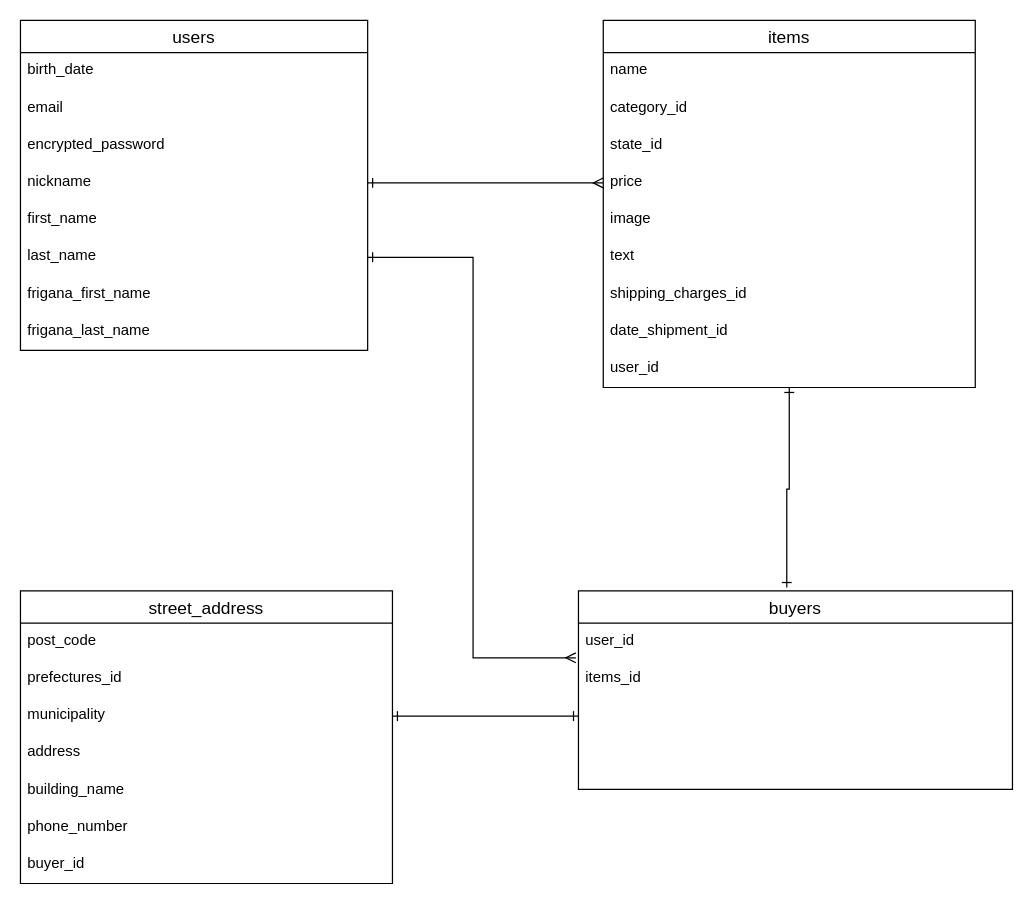
Before: furima.dio in junkobayashi11/furima-33993, a draw.io diagram. Source tidied: cells renumbered, new cells numbered last; positions are measured from the earlier drawing's top-left corner, leaving out a move shared by most shapes. Both pictures are drawn from the tidied source at 124%, with x=0, y=0 at pixel (20, 20).
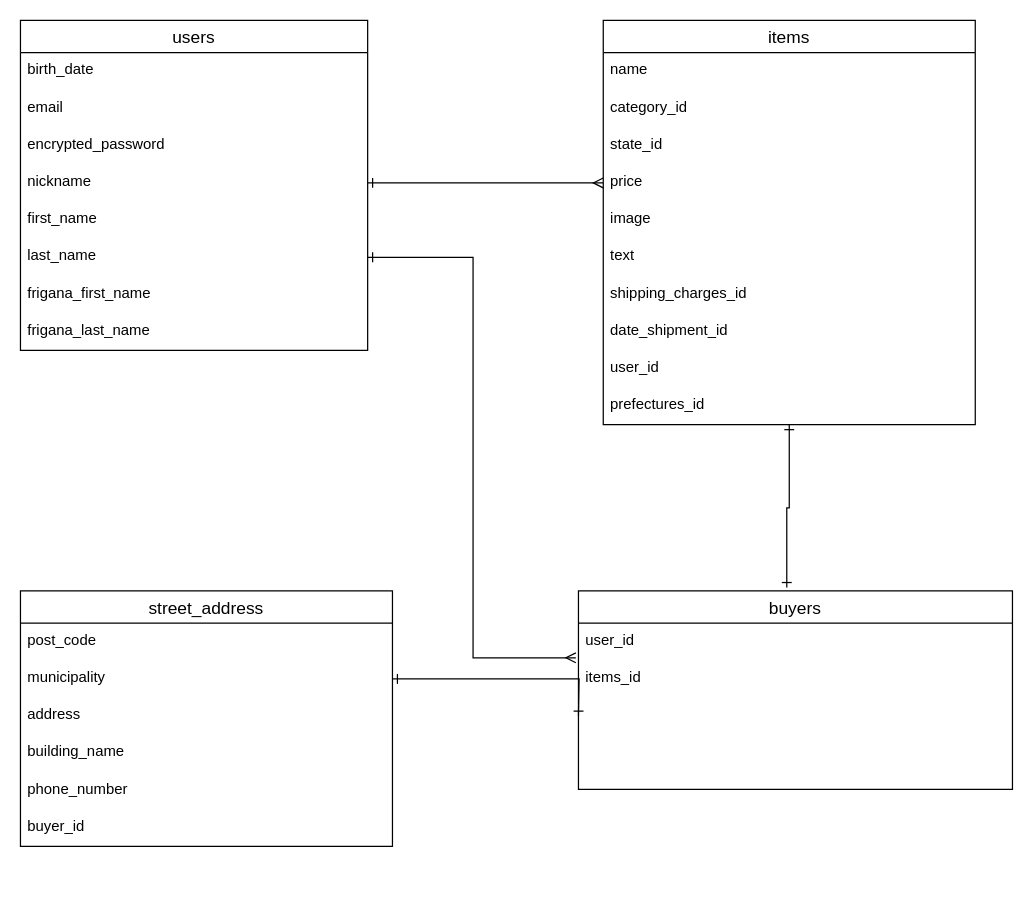
Above is the later version.

Commit message (it also covers changes not shown here):
カラム名単数形に変更

Change to the diagram source:
```diff
@@
     <mxCell id="12" value="items" style="swimlane;fontStyle=0;horizontal=1;startSize=26;align=center;fontSize=14;verticalAlign=middle;" parent="1" vertex="1">
-      <mxGeometry x="470" width="300" height="296" as="geometry" />
+      <mxGeometry x="470" width="300" height="326" as="geometry" />
     </mxCell>
@@
+    <mxCell id="24" value="prefectures_id" style="text;strokeColor=none;fillColor=none;spacingLeft=4;spacingRight=4;overflow=hidden;fontSize=12;" parent="12" vertex="1">
+      <mxGeometry y="296" width="300" height="30" as="geometry" />
+    </mxCell>
     <mxCell id="22" value="street_address" style="swimlane;fontStyle=0;horizontal=1;startSize=26;align=center;fontSize=14;" parent="1" vertex="1">
-      <mxGeometry y="460" width="300" height="236" as="geometry" />
+      <mxGeometry y="460" width="300" height="206" as="geometry" />
     </mxCell>
@@
-    <mxCell id="24" value="prefectures_id" style="text;strokeColor=none;fillColor=none;spacingLeft=4;spacingRight=4;overflow=hidden;fontSize=12;" parent="22" vertex="1">
-      <mxGeometry y="56" width="300" height="30" as="geometry" />
-    </mxCell>
     <mxCell id="25" value="municipality" style="text;strokeColor=none;fillColor=none;spacingLeft=4;spacingRight=4;overflow=hidden;points=[[0,0.5],[1,0.5]];portConstraint=eastwest;fontSize=12;" parent="22" vertex="1">
-      <mxGeometry y="86" width="300" height="30" as="geometry" />
+      <mxGeometry y="56" width="300" height="30" as="geometry" />
     </mxCell>
     <mxCell id="26" value="address" style="text;strokeColor=none;fillColor=none;spacingLeft=4;spacingRight=4;overflow=hidden;fontSize=12;" parent="22" vertex="1">
-      <mxGeometry y="116" width="300" height="30" as="geometry" />
+      <mxGeometry y="86" width="300" height="30" as="geometry" />
     </mxCell>
     <mxCell id="27" value="building_name" style="text;strokeColor=none;fillColor=none;spacingLeft=4;spacingRight=4;overflow=hidden;fontSize=12;" parent="22" vertex="1">
-      <mxGeometry y="146" width="300" height="30" as="geometry" />
+      <mxGeometry y="116" width="300" height="30" as="geometry" />
     </mxCell>
     <mxCell id="28" value="phone_number" style="text;strokeColor=none;fillColor=none;spacingLeft=4;spacingRight=4;overflow=hidden;fontSize=12;" parent="22" vertex="1">
-      <mxGeometry y="176" width="300" height="30" as="geometry" />
+      <mxGeometry y="146" width="300" height="30" as="geometry" />
     </mxCell>
     <mxCell id="29" value="buyer_id" style="text;strokeColor=none;fillColor=none;spacingLeft=4;spacingRight=4;overflow=hidden;fontSize=12;" parent="22" vertex="1">
-      <mxGeometry y="206" width="300" height="30" as="geometry" />
+      <mxGeometry y="176" width="300" height="30" as="geometry" />
     </mxCell>
```
